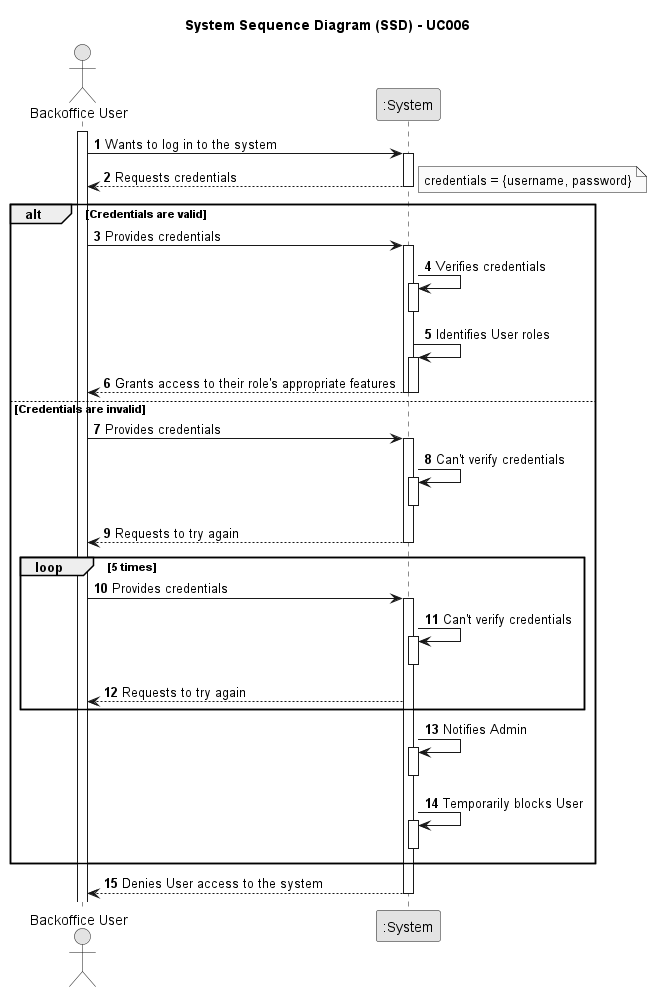
The PlantUML diagram docs/SprintA/UseCases/UC006/01.requirements-engineering/png/uc006-system-sequence-diagram.png in 1221124/sem5pi-24-25-g031, before a commit. Its diagram source:
```plantuml
@startuml "UC006 - System Sequence Diagram"
skinparam monochrome true
skinparam packageStyle rectangle
skinparam shadowing false

autonumber 1

title System Sequence Diagram (SSD) - UC006
actor "Backoffice User" as BackofficeUser
participant ":System" as System

activate BackofficeUser

BackofficeUser -> System: Wants to log in to the system

activate System
    System --> BackofficeUser: Requests credentials
    note right: credentials = {username, password}
    deactivate System

        alt Credentials are valid
            BackofficeUser -> System: Provides credentials
            activate System
                System -> System: Verifies credentials
                activate System
                deactivate System
                    System -> System: Identifies User roles
                    activate System
                    System --> BackofficeUser: Grants access to their role's appropriate features
                    deactivate System
            deactivate System
        else Credentials are invalid
            BackofficeUser -> System: Provides credentials
            activate System
                System -> System: Can't verify credentials
                activate System
                deactivate System
                    System --> BackofficeUser: Requests to try again
            deactivate System

            loop 5 times
                BackofficeUser -> System: Provides credentials
                activate System
                    System -> System: Can't verify credentials
                    activate System
                    deactivate System
                        System --> BackofficeUser: Requests to try again
            end

            System -> System: Notifies Admin
                activate System
                deactivate System
            System -> System: Temporarily blocks User
                activate System
                deactivate System

        end

        System --> BackofficeUser: Denies User access to the system
    deactivate System

@enduml
```
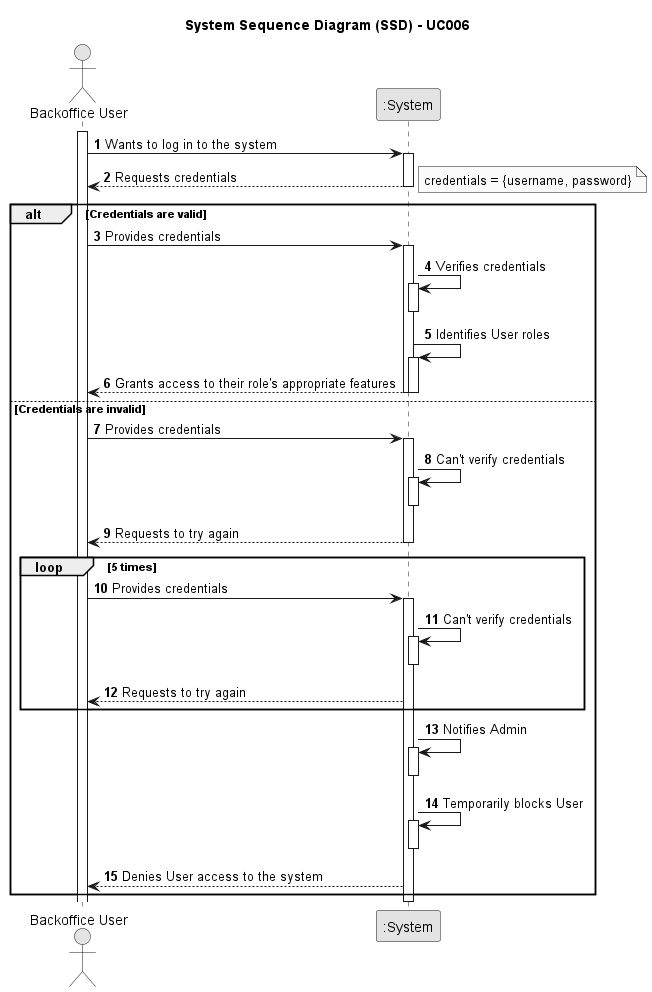
Above is the later version.

Diff of the diagram source:
```diff
@@ -1,4 +1,4 @@
-@startuml "UC006 - System Sequence Diagram"
+@startuml "uc006-system-sequence-diagram"
 skinparam monochrome true
 skinparam packageStyle rectangle
 skinparam shadowing false
@@ -54,9 +54,9 @@
                 activate System
                 deactivate System
 
+        System --> BackofficeUser: Denies User access to the system
         end
 
-        System --> BackofficeUser: Denies User access to the system
     deactivate System
 
 @enduml
```
